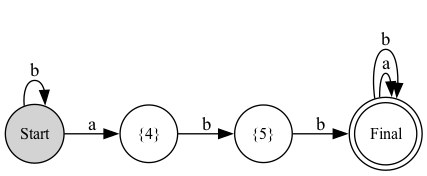
This is pngs/dfa_graph_minimized.png from estebandonis/Proyecto1-TeoriaDeLaComputacion, a Graphviz export, as it was before one commit. Its source is kept beside it as pngs/dfa_graph_minimized.dot.
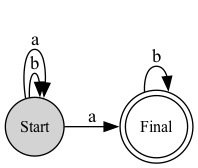
The same diagram one commit later.

The edit, as a diff of the source:
```diff
@@ -1,45 +1,29 @@
 digraph G {
-	graph [bb="0,0,265.74,173.49",
+	graph [bb="0,0,162.56,59.992",
 		rankdir=LR
 	];
 	node [label="\N"];
-	"{4}"	[fontsize=12,
-		height=0.6,
-		pos="70.173,97.542",
-		shape=circle,
-		width=0.6];
-	"{5}"	[fontsize=12,
-		height=0.6,
-		pos="129,55.405",
-		shape=circle,
-		width=0.6];
-	"{4}" -> "{5}"	[label=b,
-		lp="98.404,87.99",
-		pos="e,111.37,68.039 87.824,84.9 92.362,81.65 97.346,78.08 102.23,74.58"];
 	Final	[fontsize=12,
 		height=0.75924,
-		pos="195.66,27.333",
+		pos="27.333,32.659",
 		shape=doublecircle,
 		width=0.75924];
-	Final -> Final	[label=a,
-		lp="243.99,27.333",
-		pos="e,223.1,23.961 223.1,30.705 232.96,30.777 240.99,29.653 240.99,27.333 240.99,26.028 238.45,25.101 234.47,24.553"];
 	Final -> Final	[label=b,
-		lp="262.37,27.333",
-		pos="e,222.67,21.209 222.67,33.456 241.02,35.245 258.99,33.204 258.99,27.333 258.99,22.7 247.8,20.452 234.07,20.589"];
-	"{5}" -> Final	[label=b,
-		lp="157.9,52.907",
-		pos="e,170.24,38.038 149.36,46.83 152.66,45.443 156.15,43.972 159.68,42.485"];
+		lp="76.041,32.659",
+		pos="e,54.326,25.924 54.326,39.395 64.385,39.615 72.666,37.37 72.666,32.659 72.666,29.936 69.898,28.037 65.619,26.961"];
 	Start	[fontsize=12,
 		height=0.61168,
-		pos="22.02,151.47",
+		pos="98.542,22.02",
 		shape=circle,
 		style=filled,
 		width=0.61168];
-	Start -> "{4}"	[label=a,
-		lp="39.577,120.2",
-		pos="e,55.705,113.75 36.992,134.7 40.533,130.74 44.382,126.43 48.162,122.19"];
+	Start -> Final	[label=a,
+		lp="68.214,34.353",
+		pos="e,54.731,28.566 76.402,25.328 73.079,25.825 69.573,26.348 66.027,26.878"];
 	Start -> Start	[label=b,
-		lp="65.416,151.47",
-		pos="e,43.431,144.86 43.431,158.09 53.363,158.81 62.041,156.61 62.041,151.47 62.041,148.51 59.14,146.52 54.774,145.51"];
+		lp="141.94,22.02",
+		pos="e,120.77,18.686 120.77,25.355 130.35,25.628 138.56,24.516 138.56,22.02 138.56,20.616 135.97,19.65 131.99,19.122"];
+	Start -> Start	[label=a,
+		lp="159.56,22.02",
+		pos="e,120.27,16.26 120.27,27.781 138.07,30.163 156.56,28.243 156.56,22.02 156.56,17.11 145.05,14.879 131.45,15.326"];
 }
```
